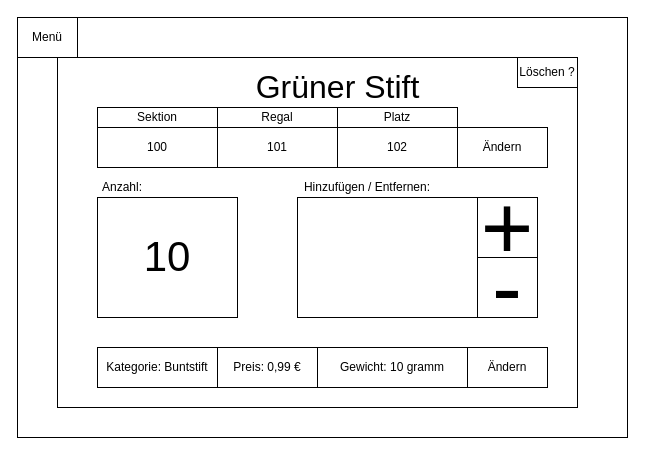
Earlier version of the draw.io diagram dev/mockups/raw/ArtikelAnsicht.drawio (callidaria/pen-testing). Source tidied: cells renumbered, new cells numbered last; positions are measured from the earlier drawing's top-left corner, leaving out a move shared by most shapes. Both pictures are drawn from the tidied source at 100%, with x=0, y=0 at pixel (17, 17).
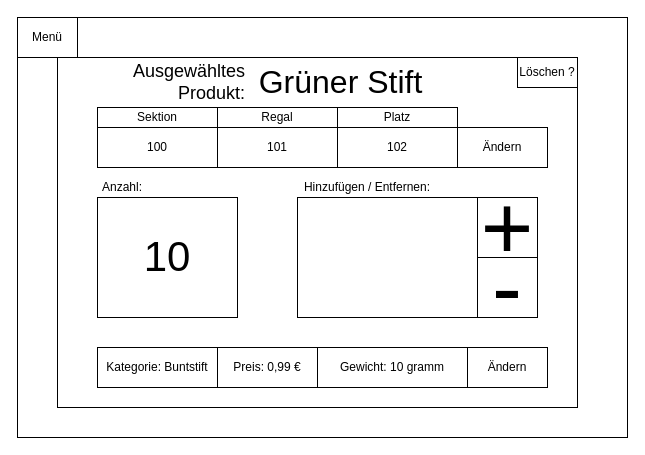
The same page after the edit.

Diff of the diagram source:
```diff
@@
     <mxCell id="8" value="&lt;font style=&quot;font-size: 32px&quot;&gt;Grüner Stift&lt;/font&gt;" style="text;html=1;strokeColor=none;fillColor=none;align=center;verticalAlign=middle;whiteSpace=wrap;rounded=0;" parent="1" vertex="1">
-      <mxGeometry x="221.5" y="50" width="197" height="40" as="geometry" />
+      <mxGeometry x="225" y="45" width="197" height="40" as="geometry" />
     </mxCell>
@@
+    <mxCell id="24" value="&lt;font style=&quot;font-size: 18px&quot;&gt;Ausgewähltes Produkt:&lt;/font&gt;" style="text;html=1;strokeColor=none;fillColor=none;align=right;verticalAlign=middle;whiteSpace=wrap;rounded=0;" parent="1" vertex="1">
+      <mxGeometry x="110" y="40" width="120" height="50" as="geometry" />
+    </mxCell>
```
